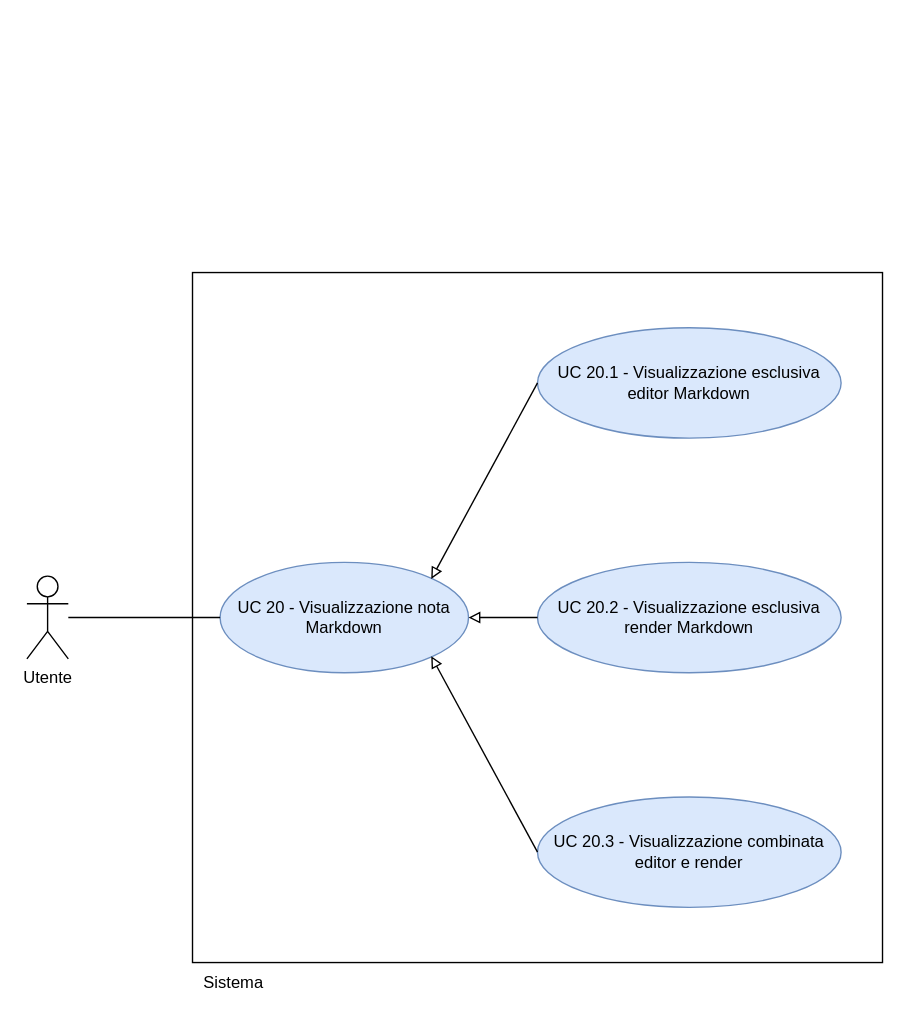
Earlier version of the draw.io diagram RTB/doc_esterna/analisi-dei-requisiti/assets/draw.io/UC20.drawio (thebitless-group-swe/thebitless.github.io). Source tidied: cells renumbered, new cells numbered last; positions are measured from the earlier drawing's top-left corner, leaving out a move shared by most shapes. Both pictures are drawn from the tidied source at 138%, with x=0, y=0 at pixel (26, 272).
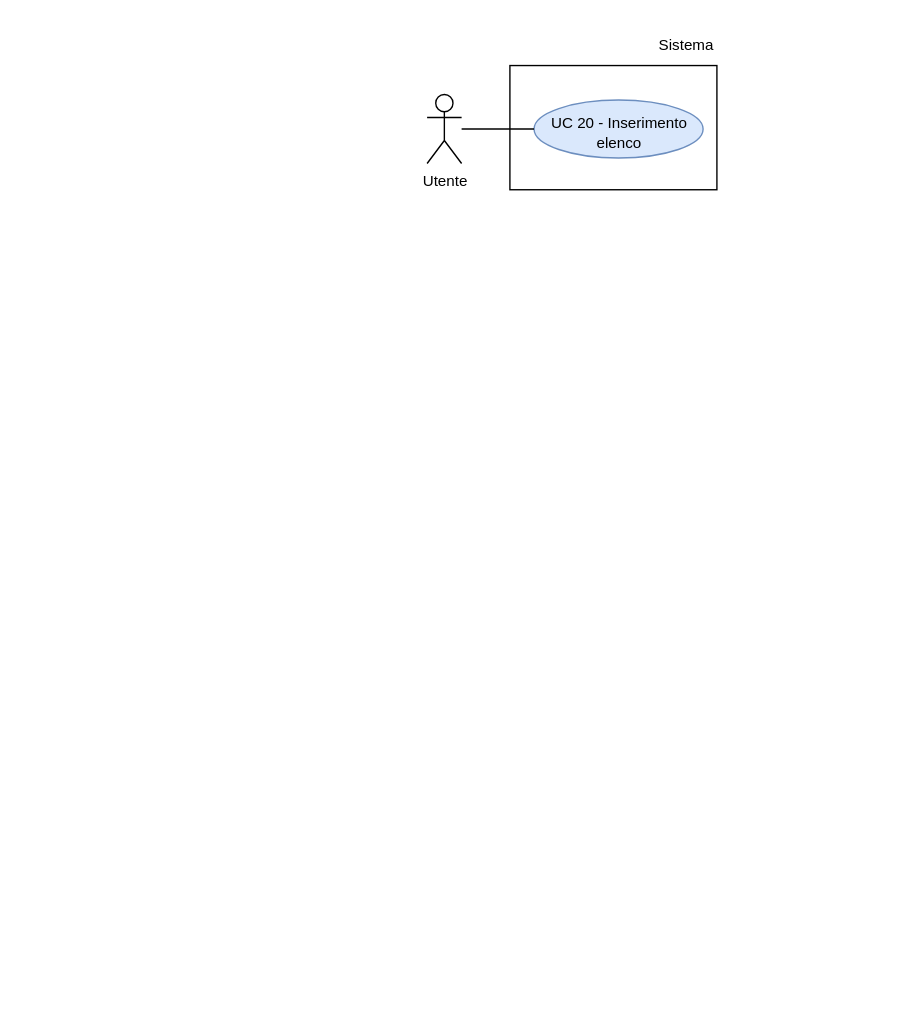
The same page after the edit.

Diff of the diagram source:
```diff
@@
 <mxGraphModel>
   <root>
     <mxCell id="0" />
     <mxCell id="1" parent="0" />
-    <mxCell id="2" value="Utente" style="shape=umlActor;verticalLabelPosition=bottom;verticalAlign=top;html=1;outlineConnect=0;" parent="1" vertex="1">
-      <mxGeometry y="220" width="30" height="60" as="geometry" />
+    <mxCell id="2" value="Utente" style="shape=umlActor;verticalLabelPosition=bottom;verticalAlign=top;html=1;outlineConnect=0;fontSize=11;" parent="1" vertex="1">
+      <mxGeometry x="290" y="-129" width="25" height="50" as="geometry" />
     </mxCell>
-    <mxCell id="3" style="whiteSpace=wrap;html=1;" parent="1" vertex="1">
-      <mxGeometry x="120" width="500" height="500" as="geometry" />
-    </mxCell>
+    <mxCell id="13" style="rounded=0;whiteSpace=wrap;html=1;strokeWidth=1;" parent="1" vertex="1">
+      <mxGeometry x="350" y="-150" width="150" height="90" as="geometry" />
+    </mxCell>
-    <mxCell id="4" value="Sistema" style="text;html=1;whiteSpace=wrap;strokeColor=none;fillColor=none;align=center;verticalAlign=middle;rounded=0;" parent="1" vertex="1">
-      <mxGeometry x="120" y="500" width="60" height="30" as="geometry" />
+    <mxCell id="4" value="Sistema" style="text;html=1;whiteSpace=wrap;strokeColor=none;fillColor=none;align=right;verticalAlign=middle;fontSize=11;" parent="1" vertex="1">
+      <mxGeometry x="440" y="-180" width="60" height="30" as="geometry" />
     </mxCell>
-    <mxCell id="5" value="UC 20 - Visualizzazione nota Markdown" style="ellipse;whiteSpace=wrap;html=1;fillColor=#dae8fc;strokeColor=#6c8ebf;" parent="1" vertex="1">
-      <mxGeometry x="140" y="210" width="180" height="80" as="geometry" />
-    </mxCell>
-    <mxCell id="6" style="edgeStyle=orthogonalEdgeStyle;rounded=0;jettySize=auto;html=1;endArrow=none;endFill=0;" parent="1" edge="1" source="2" target="5">
-      <mxGeometry relative="1" as="geometry" />
-    </mxCell>
-    <mxCell id="7" value="UC 20.1 - Visualizzazione esclusiva editor Markdown" style="ellipse;whiteSpace=wrap;html=1;fillColor=#dae8fc;strokeColor=#6c8ebf;" parent="1" vertex="1">
-      <mxGeometry x="370" y="40" width="220" height="80" as="geometry" />
-    </mxCell>
-    <mxCell id="8" value="UC 20.2 - Visualizzazione esclusiva render Markdown" style="ellipse;whiteSpace=wrap;html=1;fillColor=#dae8fc;strokeColor=#6c8ebf;" parent="1" vertex="1">
-      <mxGeometry x="370" y="210" width="220" height="80" as="geometry" />
-    </mxCell>
-    <mxCell id="9" value="UC 20.3 - Visualizzazione combinata editor e render" style="ellipse;whiteSpace=wrap;html=1;fillColor=#dae8fc;strokeColor=#6c8ebf;" parent="1" vertex="1">
-      <mxGeometry x="370" y="380" width="220" height="80" as="geometry" />
-    </mxCell>
-    <mxCell id="10" style="endArrow=block;endFill=0;html=1;rounded=0;exitX=0;exitY=0.5;exitDx=0;exitDy=0;entryX=0.85;entryY=0.15;entryDx=0;entryDy=0;entryPerimeter=0;" parent="1" edge="1" source="7" target="5">
-      <mxGeometry relative="1" as="geometry" />
-    </mxCell>
-    <mxCell id="11" style="endArrow=block;endFill=0;html=1;rounded=0;exitX=0;exitY=0.5;exitDx=0;exitDy=0;entryX=1;entryY=0.5;entryDx=0;entryDy=0;" parent="1" edge="1" source="8" target="5">
-      <mxGeometry relative="1" as="geometry" />
-    </mxCell>
-    <mxCell id="12" style="endArrow=block;endFill=0;html=1;rounded=0;exitX=0;exitY=0.5;exitDx=0;exitDy=0;entryX=0.85;entryY=0.85;entryDx=0;entryDy=0;entryPerimeter=0;" parent="1" edge="1" source="9" target="5">
-      <mxGeometry relative="1" as="geometry" />
-    </mxCell>
+    <mxCell id="14" value="&lt;div&gt;UC 20 - Inserimento elenco&lt;/div&gt;" style="ellipse;whiteSpace=wrap;html=1;fillColor=#dae8fc;strokeColor=#6c8ebf;fontSize=11;convertToSvg=1;svgWhiteSpace=wrap;labelBorderColor=none;labelBackgroundColor=none;spacingBottom=-5;" parent="1" vertex="1">
+      <mxGeometry x="367.5" y="-125" width="122.5" height="42" as="geometry" />
+    </mxCell>
+    <mxCell id="15" style="edgeStyle=none;rounded=0;jettySize=auto;html=1;endArrow=none;endFill=0;" parent="1" edge="1" source="2" target="14">
+      <mxGeometry relative="1" as="geometry" />
+    </mxCell>
+    <mxCell id="16" style="edgeStyle=orthogonalEdgeStyle;rounded=0;orthogonalLoop=1;jettySize=auto;html=1;exitX=0.5;exitY=1;exitDx=0;exitDy=0;" parent="1" edge="1" source="4" target="4">
+      <mxGeometry relative="1" as="geometry" />
+    </mxCell>
   </root>
 </mxGraphModel>
```
